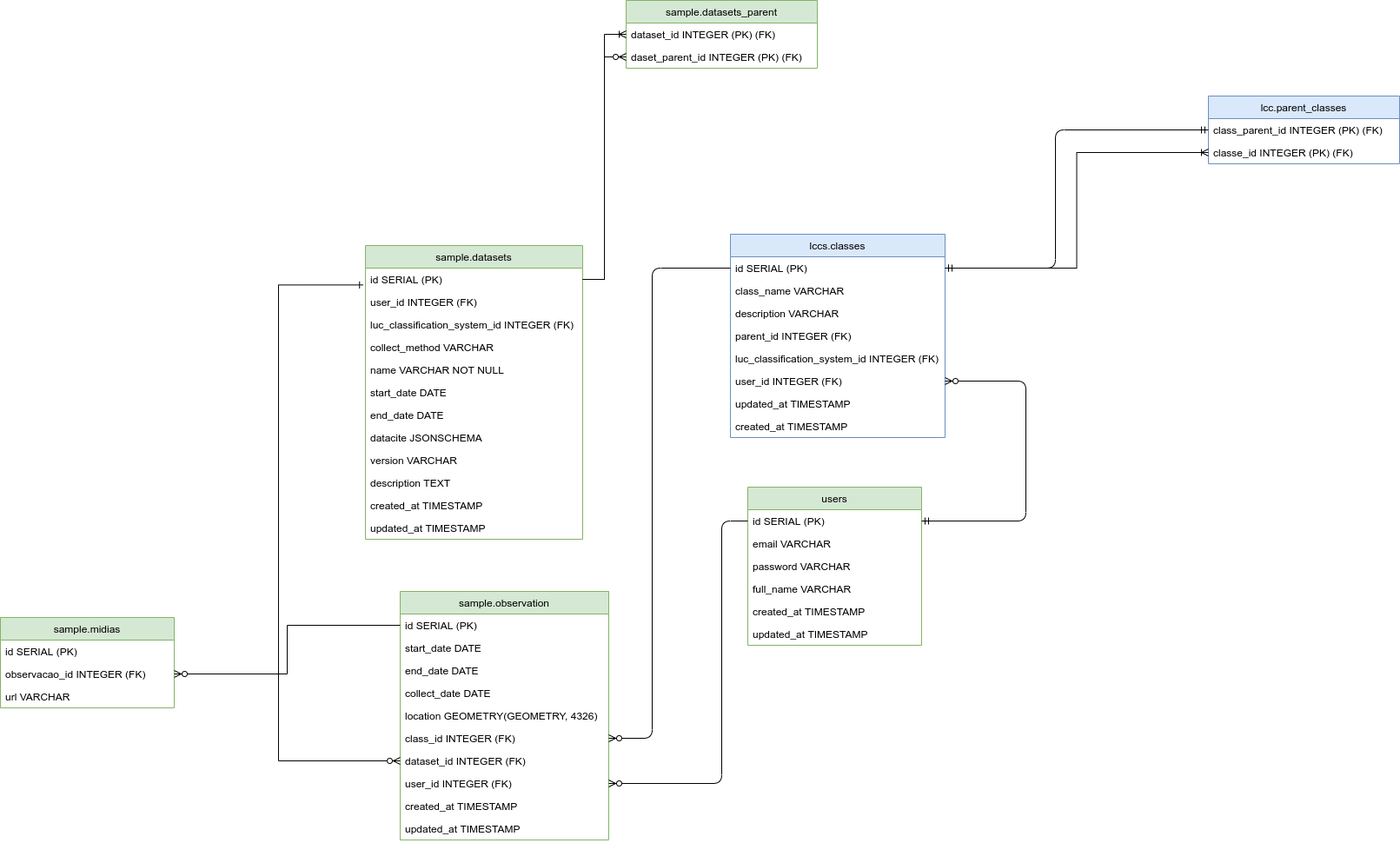
brazil-data-cube/sample-db keeps this draw.io diagram as doc/model/db-schema.png. Above is the earlier version. Source tidied: cells renumbered, new cells last; positions are measured from the earlier drawing's top-left corner, leaving out a move shared by most shapes.
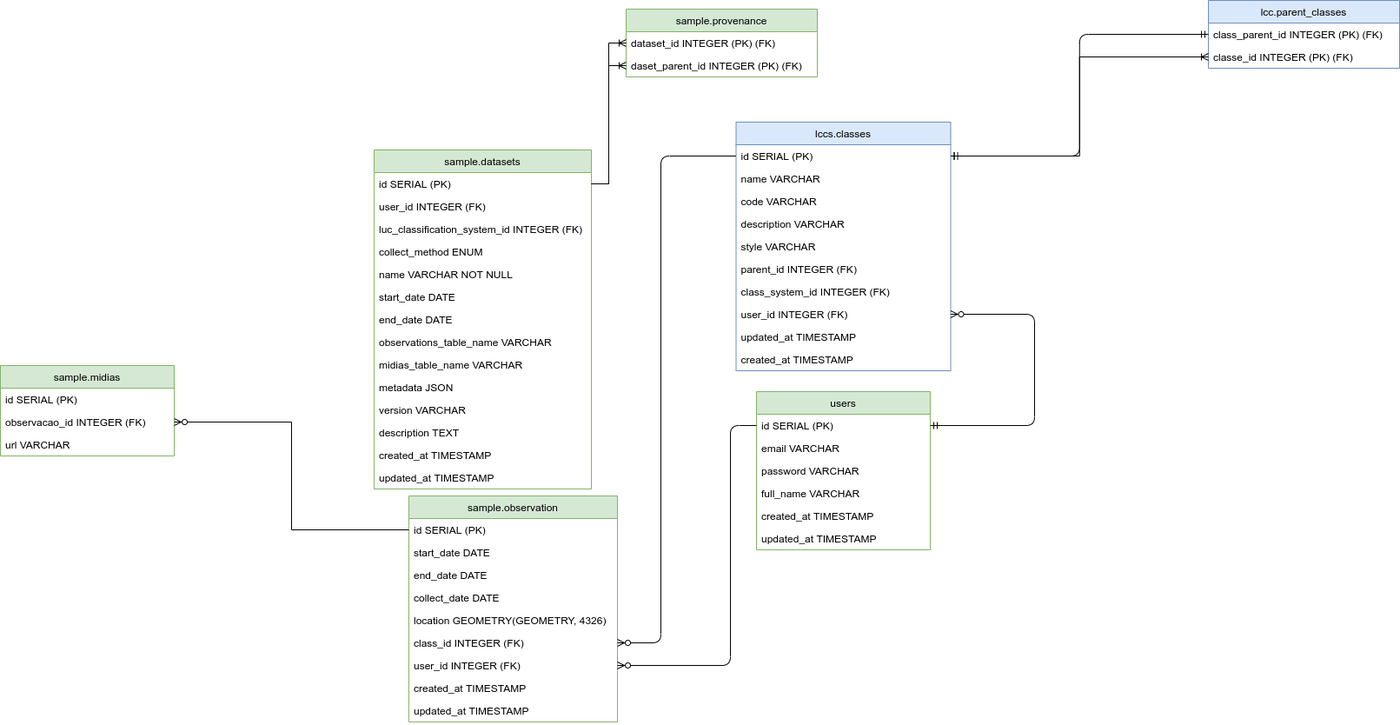
Later version of the same file.

The edit, as a diff of the source:
```diff
@@ -3,31 +3,37 @@
     <mxCell id="0" />
     <mxCell id="1" parent="0" />
     <mxCell id="2" value="lccs.classes" style="swimlane;fontStyle=0;horizontal=1;startSize=26;fillColor=#dae8fc;labelBackgroundColor=none;strokeColor=#6c8ebf;" parent="1" vertex="1">
-      <mxGeometry x="840" y="269" width="247" height="234" as="geometry" />
+      <mxGeometry x="836.5" y="250" width="247" height="286" as="geometry" />
     </mxCell>
     <mxCell id="3" value="id SERIAL (PK)" style="text;strokeColor=none;fillColor=none;align=left;verticalAlign=top;spacingLeft=4;spacingRight=4;overflow=hidden;points=[[0,0.5],[1,0.5]];portConstraint=eastwest;" parent="2" vertex="1">
       <mxGeometry y="26" width="247" height="26" as="geometry" />
     </mxCell>
-    <mxCell id="4" value="class_name VARCHAR" style="text;strokeColor=none;fillColor=none;align=left;verticalAlign=top;spacingLeft=4;spacingRight=4;overflow=hidden;" parent="2" vertex="1">
+    <mxCell id="4" value="name VARCHAR" style="text;strokeColor=none;fillColor=none;align=left;verticalAlign=top;spacingLeft=4;spacingRight=4;overflow=hidden;" parent="2" vertex="1">
       <mxGeometry y="52" width="247" height="26" as="geometry" />
     </mxCell>
+    <mxCell id="61" value="code VARCHAR&#10;" style="text;strokeColor=none;fillColor=none;align=left;verticalAlign=top;spacingLeft=4;spacingRight=4;overflow=hidden;" parent="2" vertex="1">
+      <mxGeometry y="78" width="247" height="26" as="geometry" />
+    </mxCell>
+    <mxCell id="62" value="description VARCHAR&#10;" style="text;strokeColor=none;fillColor=none;align=left;verticalAlign=top;spacingLeft=4;spacingRight=4;overflow=hidden;" parent="2" vertex="1">
+      <mxGeometry y="104" width="247" height="26" as="geometry" />
+    </mxCell>
-    <mxCell id="5" value="description VARCHAR&#10;" style="text;strokeColor=none;fillColor=none;align=left;verticalAlign=top;spacingLeft=4;spacingRight=4;overflow=hidden;" parent="2" vertex="1">
-      <mxGeometry y="78" width="247" height="26" as="geometry" />
+    <mxCell id="5" value="style VARCHAR&#10;" style="text;strokeColor=none;fillColor=none;align=left;verticalAlign=top;spacingLeft=4;spacingRight=4;overflow=hidden;" parent="2" vertex="1">
+      <mxGeometry y="130" width="247" height="26" as="geometry" />
     </mxCell>
     <mxCell id="6" value="parent_id INTEGER (FK)&#10;" style="text;strokeColor=none;fillColor=none;align=left;verticalAlign=top;spacingLeft=4;spacingRight=4;overflow=hidden;" parent="2" vertex="1">
-      <mxGeometry y="104" width="247" height="26" as="geometry" />
+      <mxGeometry y="156" width="247" height="26" as="geometry" />
     </mxCell>
-    <mxCell id="7" value="luc_classification_system_id INTEGER (FK)&#10;" style="text;strokeColor=none;fillColor=none;align=left;verticalAlign=top;spacingLeft=4;spacingRight=4;overflow=hidden;" parent="2" vertex="1">
-      <mxGeometry y="130" width="247" height="26" as="geometry" />
+    <mxCell id="7" value="class_system_id INTEGER (FK)&#10;" style="text;strokeColor=none;fillColor=none;align=left;verticalAlign=top;spacingLeft=4;spacingRight=4;overflow=hidden;" parent="2" vertex="1">
+      <mxGeometry y="182" width="247" height="26" as="geometry" />
     </mxCell>
     <mxCell id="8" value="user_id INTEGER (FK)&#10;" style="text;strokeColor=none;fillColor=none;align=left;verticalAlign=top;spacingLeft=4;spacingRight=4;overflow=hidden;points=[[0,0.5],[1,0.5]];portConstraint=eastwest;" parent="2" vertex="1">
-      <mxGeometry y="156" width="247" height="26" as="geometry" />
+      <mxGeometry y="208" width="247" height="26" as="geometry" />
     </mxCell>
     <mxCell id="9" value="updated_at TIMESTAMP&#10;" style="text;strokeColor=none;fillColor=none;align=left;verticalAlign=top;spacingLeft=4;spacingRight=4;overflow=hidden;" parent="2" vertex="1">
-      <mxGeometry y="182" width="247" height="26" as="geometry" />
+      <mxGeometry y="234" width="247" height="26" as="geometry" />
     </mxCell>
     <mxCell id="10" value="created_at TIMESTAMP&#10;" style="text;strokeColor=none;fillColor=none;align=left;verticalAlign=top;spacingLeft=4;spacingRight=4;overflow=hidden;" parent="2" vertex="1">
-      <mxGeometry y="208" width="247" height="26" as="geometry" />
+      <mxGeometry y="260" width="247" height="26" as="geometry" />
     </mxCell>
     <mxCell id="11" value="users" style="swimlane;fontStyle=0;horizontal=1;startSize=26;fillColor=#d5e8d4;labelBackgroundColor=none;strokeColor=#82b366;" parent="1" vertex="1">
       <mxGeometry x="860" y="560" width="200" height="182" as="geometry" />
@@ -51,7 +57,7 @@
       <mxGeometry y="156" width="200" height="26" as="geometry" />
     </mxCell>
     <mxCell id="18" value="sample.observation" style="swimlane;fontStyle=0;horizontal=1;startSize=26;fillColor=#d5e8d4;labelBackgroundColor=none;strokeColor=#82b366;" parent="1" vertex="1">
-      <mxGeometry x="460" y="680" width="240" height="286" as="geometry" />
+      <mxGeometry x="460" y="680" width="240" height="260" as="geometry" />
     </mxCell>
     <mxCell id="19" value="id SERIAL (PK)" style="text;strokeColor=none;fillColor=none;align=left;verticalAlign=top;spacingLeft=4;spacingRight=4;overflow=hidden;points=[[0,0.5],[1,0.5]];portConstraint=eastwest;" parent="18" vertex="1">
       <mxGeometry y="26" width="240" height="26" as="geometry" />
@@ -71,17 +77,14 @@
     <mxCell id="24" value="class_id INTEGER (FK)" style="text;strokeColor=none;fillColor=none;align=left;verticalAlign=top;spacingLeft=4;spacingRight=4;overflow=hidden;points=[[0,0.5],[1,0.5]];portConstraint=eastwest;" parent="18" vertex="1">
       <mxGeometry y="156" width="240" height="26" as="geometry" />
     </mxCell>
-    <mxCell id="25" value="dataset_id INTEGER (FK)" style="text;strokeColor=none;fillColor=none;align=left;verticalAlign=top;spacingLeft=4;spacingRight=4;overflow=hidden;points=[[0,0.5],[1,0.5]];portConstraint=eastwest;" parent="18" vertex="1">
-      <mxGeometry y="182" width="240" height="26" as="geometry" />
-    </mxCell>
     <mxCell id="26" value="user_id INTEGER (FK)&#10;" style="text;strokeColor=none;fillColor=none;align=left;verticalAlign=top;spacingLeft=4;spacingRight=4;overflow=hidden;points=[[0,0.5],[1,0.5]];portConstraint=eastwest;" parent="18" vertex="1">
-      <mxGeometry y="208" width="240" height="26" as="geometry" />
+      <mxGeometry y="182" width="240" height="26" as="geometry" />
     </mxCell>
     <mxCell id="27" value="created_at TIMESTAMP" style="text;strokeColor=none;fillColor=none;align=left;verticalAlign=top;spacingLeft=4;spacingRight=4;overflow=hidden;" parent="18" vertex="1">
-      <mxGeometry y="234" width="240" height="26" as="geometry" />
+      <mxGeometry y="208" width="240" height="26" as="geometry" />
     </mxCell>
     <mxCell id="28" value="updated_at TIMESTAMP" style="text;strokeColor=none;fillColor=none;align=left;verticalAlign=top;spacingLeft=4;spacingRight=4;overflow=hidden;" parent="18" vertex="1">
-      <mxGeometry y="260" width="240" height="26" as="geometry" />
+      <mxGeometry y="234" width="240" height="26" as="geometry" />
     </mxCell>
     <mxCell id="29" style="edgeStyle=elbowEdgeStyle;fontSize=12;html=1;endArrow=ERzeroToMany;exitX=1;exitY=0.5;exitDx=0;exitDy=0;entryX=1;entryY=0.5;entryDx=0;entryDy=0;startArrow=ERmandOne;startFill=0;endFill=1;" parent="1" edge="1" source="12" target="8">
       <mxGeometry relative="1" as="geometry">
@@ -107,7 +110,7 @@
       </mxGeometry>
     </mxCell>
     <mxCell id="32" value="sample.datasets" style="swimlane;fontStyle=0;horizontal=1;startSize=26;fillColor=#d5e8d4;labelBackgroundColor=none;strokeColor=#82b366;" parent="1" vertex="1">
-      <mxGeometry x="420" y="282" width="250" height="338" as="geometry" />
+      <mxGeometry x="420" y="282" width="250" height="390" as="geometry" />
     </mxCell>
     <mxCell id="33" value="id SERIAL (PK)" style="text;strokeColor=none;fillColor=none;align=left;verticalAlign=top;spacingLeft=4;spacingRight=4;overflow=hidden;points=[[0,0.5],[1,0.5]];portConstraint=eastwest;" parent="32" vertex="1">
       <mxGeometry y="26" width="250" height="26" as="geometry" />
@@ -118,7 +121,7 @@
     <mxCell id="35" value="luc_classification_system_id INTEGER (FK)" style="text;strokeColor=none;fillColor=none;align=left;verticalAlign=top;spacingLeft=4;spacingRight=4;overflow=hidden;" parent="32" vertex="1">
       <mxGeometry y="78" width="250" height="26" as="geometry" />
     </mxCell>
-    <mxCell id="36" value="collect_method VARCHAR" style="text;strokeColor=none;fillColor=none;align=left;verticalAlign=top;spacingLeft=4;spacingRight=4;overflow=hidden;" parent="32" vertex="1">
+    <mxCell id="36" value="collect_method ENUM" style="text;strokeColor=none;fillColor=none;align=left;verticalAlign=top;spacingLeft=4;spacingRight=4;overflow=hidden;" parent="32" vertex="1">
       <mxGeometry y="104" width="250" height="26" as="geometry" />
     </mxCell>
     <mxCell id="37" value="name VARCHAR NOT NULL" style="text;strokeColor=none;fillColor=none;align=left;verticalAlign=top;spacingLeft=4;spacingRight=4;overflow=hidden;" parent="32" vertex="1">
@@ -130,31 +133,29 @@
     <mxCell id="39" value="end_date DATE&#10;" style="text;strokeColor=none;fillColor=none;align=left;verticalAlign=top;spacingLeft=4;spacingRight=4;overflow=hidden;" parent="32" vertex="1">
       <mxGeometry y="182" width="250" height="26" as="geometry" />
     </mxCell>
+    <mxCell id="63" value="observations_table_name VARCHAR" style="text;strokeColor=none;fillColor=none;align=left;verticalAlign=top;spacingLeft=4;spacingRight=4;overflow=hidden;" parent="32" vertex="1">
+      <mxGeometry y="208" width="250" height="26" as="geometry" />
+    </mxCell>
+    <mxCell id="64" value="midias_table_name VARCHAR" style="text;strokeColor=none;fillColor=none;align=left;verticalAlign=top;spacingLeft=4;spacingRight=4;overflow=hidden;" parent="32" vertex="1">
+      <mxGeometry y="234" width="250" height="26" as="geometry" />
+    </mxCell>
-    <mxCell id="40" value="datacite JSONSCHEMA" style="text;strokeColor=none;fillColor=none;align=left;verticalAlign=top;spacingLeft=4;spacingRight=4;overflow=hidden;" parent="32" vertex="1">
-      <mxGeometry y="208" width="250" height="26" as="geometry" />
+    <mxCell id="40" value="metadata JSON" style="text;strokeColor=none;fillColor=none;align=left;verticalAlign=top;spacingLeft=4;spacingRight=4;overflow=hidden;" parent="32" vertex="1">
+      <mxGeometry y="260" width="250" height="26" as="geometry" />
     </mxCell>
     <mxCell id="41" value="version VARCHAR" style="text;strokeColor=none;fillColor=none;align=left;verticalAlign=top;spacingLeft=4;spacingRight=4;overflow=hidden;" parent="32" vertex="1">
-      <mxGeometry y="234" width="250" height="26" as="geometry" />
+      <mxGeometry y="286" width="250" height="26" as="geometry" />
     </mxCell>
     <mxCell id="42" value="description TEXT" style="text;strokeColor=none;fillColor=none;align=left;verticalAlign=top;spacingLeft=4;spacingRight=4;overflow=hidden;" parent="32" vertex="1">
-      <mxGeometry y="260" width="250" height="26" as="geometry" />
+      <mxGeometry y="312" width="250" height="26" as="geometry" />
     </mxCell>
     <mxCell id="43" value="created_at TIMESTAMP" style="text;strokeColor=none;fillColor=none;align=left;verticalAlign=top;spacingLeft=4;spacingRight=4;overflow=hidden;" parent="32" vertex="1">
-      <mxGeometry y="286" width="250" height="26" as="geometry" />
+      <mxGeometry y="338" width="250" height="26" as="geometry" />
     </mxCell>
     <mxCell id="44" value="updated_at TIMESTAMP" style="text;strokeColor=none;fillColor=none;align=left;verticalAlign=top;spacingLeft=4;spacingRight=4;overflow=hidden;" parent="32" vertex="1">
-      <mxGeometry y="312" width="250" height="26" as="geometry" />
+      <mxGeometry y="364" width="250" height="26" as="geometry" />
     </mxCell>
-    <mxCell id="45" style="edgeStyle=orthogonalEdgeStyle;rounded=0;jettySize=auto;html=1;endArrow=ERzeroToMany;endFill=1;startArrow=ERone;startFill=0;exitX=-0.011;exitY=0.745;exitDx=0;exitDy=0;exitPerimeter=0;entryX=0;entryY=0.5;entryDx=0;entryDy=0;" parent="1" edge="1" source="33" target="25">
-      <mxGeometry relative="1" as="geometry">
-        <Array as="points">
-          <mxPoint x="320" y="327" />
-          <mxPoint x="320" y="875" />
-        </Array>
-      </mxGeometry>
-    </mxCell>
     <mxCell id="46" value="sample.midias" style="swimlane;fontStyle=0;horizontal=1;startSize=26;fillColor=#d5e8d4;labelBackgroundColor=none;strokeColor=#82b366;" parent="1" vertex="1">
-      <mxGeometry y="710" width="200" height="104" as="geometry" />
+      <mxGeometry x="-10" y="530" width="200" height="104" as="geometry" />
     </mxCell>
     <mxCell id="47" value="id SERIAL (PK)" style="text;strokeColor=none;fillColor=none;align=left;verticalAlign=top;spacingLeft=4;spacingRight=4;overflow=hidden;" parent="46" vertex="1">
       <mxGeometry y="26" width="200" height="26" as="geometry" />
@@ -165,8 +166,8 @@
     <mxCell id="49" value="url VARCHAR" style="text;strokeColor=none;fillColor=none;align=left;verticalAlign=top;spacingLeft=4;spacingRight=4;overflow=hidden;" parent="46" vertex="1">
       <mxGeometry y="78" width="200" height="26" as="geometry" />
     </mxCell>
-    <mxCell id="50" value="sample.datasets_parent" style="swimlane;fontStyle=0;horizontal=1;startSize=26;fillColor=#d5e8d4;labelBackgroundColor=none;strokeColor=#82b366;" parent="1" vertex="1">
-      <mxGeometry x="720" width="220" height="78" as="geometry" />
+    <mxCell id="50" value="sample.provenance" style="swimlane;fontStyle=0;horizontal=1;startSize=26;fillColor=#d5e8d4;labelBackgroundColor=none;strokeColor=#82b366;" parent="1" vertex="1">
+      <mxGeometry x="710" y="120" width="220" height="78" as="geometry" />
     </mxCell>
     <mxCell id="51" value="dataset_id INTEGER (PK) (FK)" style="text;strokeColor=none;fillColor=none;align=left;verticalAlign=top;spacingLeft=4;spacingRight=4;overflow=hidden;points=[[0,0.5],[1,0.5]];portConstraint=eastwest;" parent="50" vertex="1">
       <mxGeometry y="26" width="220" height="26" as="geometry" />
@@ -175,7 +176,7 @@
       <mxGeometry y="52" width="220" height="26" as="geometry" />
     </mxCell>
     <mxCell id="53" value="lcc.parent_classes" style="swimlane;fontStyle=0;horizontal=1;startSize=26;fillColor=#dae8fc;labelBackgroundColor=none;strokeColor=#6c8ebf;" parent="1" vertex="1">
-      <mxGeometry x="1390" y="110" width="220" height="78" as="geometry" />
+      <mxGeometry x="1380" y="110" width="220" height="78" as="geometry" />
     </mxCell>
     <mxCell id="54" value="class_parent_id INTEGER (PK) (FK)" style="text;strokeColor=none;fillColor=none;align=left;verticalAlign=top;spacingLeft=4;spacingRight=4;overflow=hidden;points=[[0,0.5],[1,0.5]];portConstraint=eastwest;" parent="53" vertex="1">
       <mxGeometry y="26" width="220" height="26" as="geometry" />
@@ -183,13 +184,8 @@
     <mxCell id="55" value="classe_id INTEGER (PK) (FK)" style="text;strokeColor=none;fillColor=none;align=left;verticalAlign=top;spacingLeft=4;spacingRight=4;overflow=hidden;points=[[0,0.5],[1,0.5]];portConstraint=eastwest;" parent="53" vertex="1">
       <mxGeometry y="52" width="220" height="26" as="geometry" />
     </mxCell>
-    <mxCell id="56" style="edgeStyle=orthogonalEdgeStyle;fontSize=12;html=1;endArrow=ERmandOne;startArrow=ERmandOne;exitX=1;exitY=0.5;exitDx=0;exitDy=0;endFill=0;entryX=0;entryY=0.5;entryDx=0;entryDy=0;" parent="1" edge="1" source="3" target="54">
-      <mxGeometry relative="1" as="geometry">
-        <Array as="points">
-          <mxPoint x="1214" y="308" />
-          <mxPoint x="1214" y="149" />
-        </Array>
-      </mxGeometry>
+    <mxCell id="56" style="edgeStyle=orthogonalEdgeStyle;fontSize=12;html=1;endArrow=ERmandOne;startArrow=ERmandOne;endFill=0;entryX=0;entryY=0.5;entryDx=0;entryDy=0;exitX=1;exitY=0.5;exitDx=0;exitDy=0;" parent="1" edge="1" source="3" target="54">
+      <mxGeometry relative="1" as="geometry" />
     </mxCell>
     <mxCell id="57" style="rounded=0;jettySize=auto;html=1;exitX=1;exitY=0.5;exitDx=0;exitDy=0;startArrow=ERone;startFill=0;endArrow=ERoneToMany;endFill=0;entryX=0;entryY=0.5;entryDx=0;entryDy=0;edgeStyle=orthogonalEdgeStyle;" parent="1" edge="1" source="3" target="55">
       <mxGeometry relative="1" as="geometry" />
@@ -197,7 +193,7 @@
     <mxCell id="58" style="edgeStyle=orthogonalEdgeStyle;rounded=0;jettySize=auto;html=1;exitX=1;exitY=0.5;exitDx=0;exitDy=0;entryX=0;entryY=0.5;entryDx=0;entryDy=0;startArrow=none;startFill=0;endArrow=ERoneToMany;endFill=0;" parent="1" edge="1" source="33" target="51">
       <mxGeometry relative="1" as="geometry" />
     </mxCell>
-    <mxCell id="59" style="edgeStyle=orthogonalEdgeStyle;rounded=0;jettySize=auto;html=1;exitX=1;exitY=0.5;exitDx=0;exitDy=0;entryX=0;entryY=0.5;entryDx=0;entryDy=0;startArrow=none;startFill=0;endArrow=ERzeroToMany;endFill=1;" parent="1" edge="1" source="33" target="52">
+    <mxCell id="59" style="edgeStyle=orthogonalEdgeStyle;rounded=0;jettySize=auto;html=1;exitX=1;exitY=0.5;exitDx=0;exitDy=0;entryX=0;entryY=0.5;entryDx=0;entryDy=0;startArrow=none;startFill=0;endArrow=ERoneToMany;endFill=0;" parent="1" edge="1" source="33" target="52">
       <mxGeometry relative="1" as="geometry" />
     </mxCell>
     <mxCell id="60" style="edgeStyle=orthogonalEdgeStyle;rounded=0;jettySize=auto;html=1;exitX=0;exitY=0.5;exitDx=0;exitDy=0;entryX=1;entryY=0.5;entryDx=0;entryDy=0;startArrow=none;startFill=0;endArrow=ERzeroToMany;endFill=1;" parent="1" edge="1" source="19" target="48">
```
